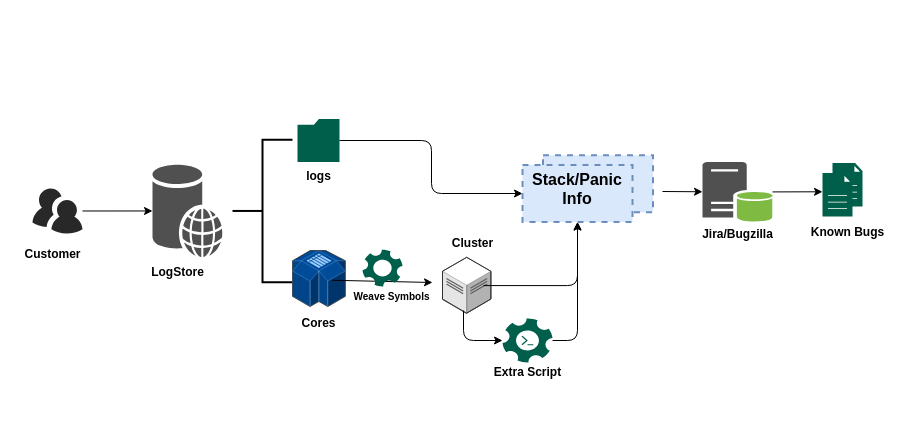
The draw.io diagram Untitled Diagram.drawio in JintGuo/common, before the edit. Source tidied: cells renumbered, new cells numbered last; positions are measured from the earlier drawing's top-left corner, leaving out a move shared by most shapes. Both pictures are drawn from the tidied source at 100%, with x=0, y=0 at pixel (17, 118).
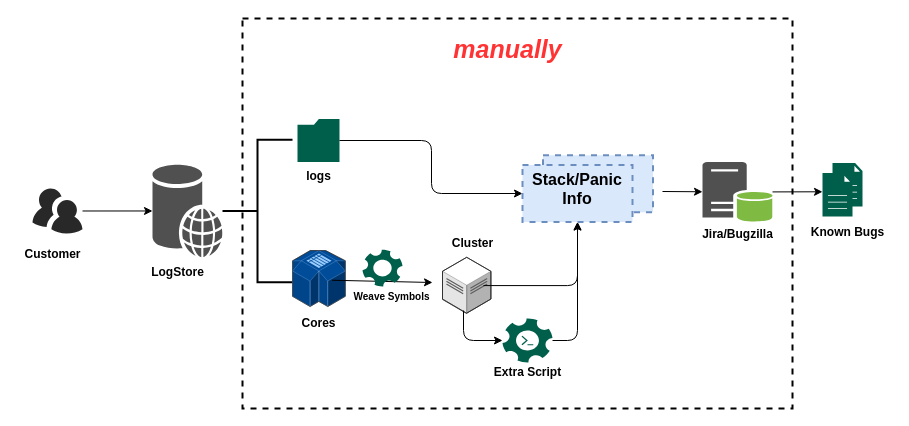
The same diagram, later.

What changed in the source:
```diff
@@
     <mxCell id="4" style="strokeWidth=2;html=1;shape=mxgraph.flowchart.annotation_2;align=left;labelPosition=right;" parent="1" vertex="1">
-      <mxGeometry x="215" y="21.2" width="60" height="142.5" as="geometry" />
+      <mxGeometry x="205" y="21.2" width="70" height="142.5" as="geometry" />
     </mxCell>
@@
+    <mxCell id="32" style="fontStyle=0;verticalAlign=top;align=center;spacingTop=-2;rounded=0;whiteSpace=wrap;html=1;strokeWidth=2;shadow=0;sketch=0;glass=0;fillColor=none;dashed=1;" parent="1" vertex="1">
+      <mxGeometry x="225" y="-100" width="550" height="390" as="geometry" />
+    </mxCell>
+    <mxCell id="33" value="manually" style="text;html=1;align=center;verticalAlign=middle;fillColor=none;strokeColor=none;rounded=0;shadow=0;glass=0;dashed=1;labelBackgroundColor=none;sketch=0;fontStyle=3;fontSize=25;fontColor=#FF3333;" parent="32" vertex="1">
+      <mxGeometry x="205" y="10" width="120" height="40" as="geometry" />
+    </mxCell>
```
